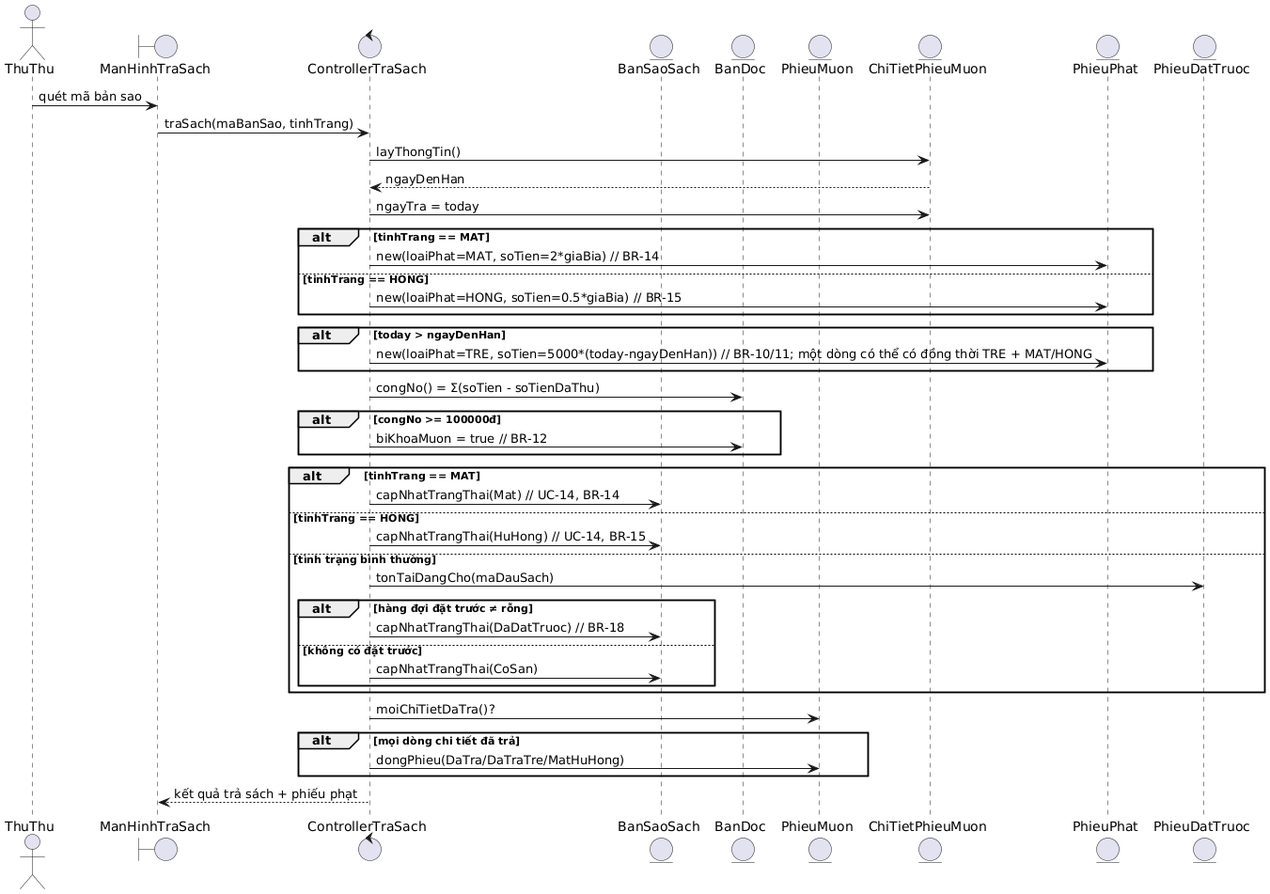
This is docs/04-thiet-ke/bieu-do-tuan-tu/sd-tra-sach.png from mtmtmthehehe/OOAD, a PlantUML export, as it was before one commit.
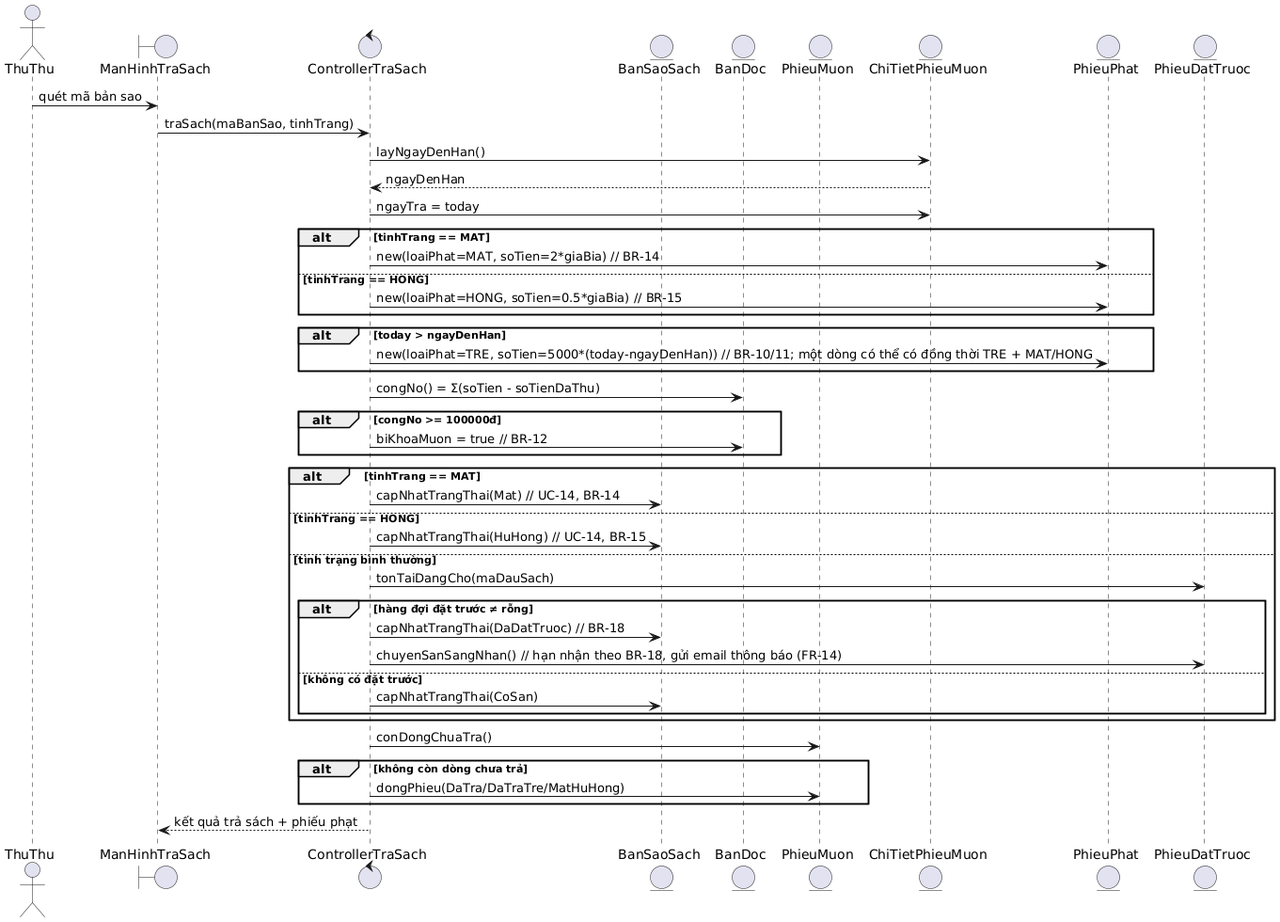
Above is the later version.

The edit, as a diff of the source:
```diff
@@ -11,7 +11,7 @@
 
 ThuThu -> ManHinhTraSach : quét mã bản sao
 ManHinhTraSach -> ControllerTraSach : traSach(maBanSao, tinhTrang)
-ControllerTraSach -> ChiTietPhieuMuon : layThongTin()
+ControllerTraSach -> ChiTietPhieuMuon : layNgayDenHan()
 ChiTietPhieuMuon --> ControllerTraSach : ngayDenHan
 ControllerTraSach -> ChiTietPhieuMuon : ngayTra = today
 
@@ -38,13 +38,14 @@
   ControllerTraSach -> PhieuDatTruoc : tonTaiDangCho(maDauSach)
   alt hàng đợi đặt trước ≠ rỗng
     ControllerTraSach -> BanSaoSach : capNhatTrangThai(DaDatTruoc) // BR-18
+    ControllerTraSach -> PhieuDatTruoc : chuyenSanSangNhan() // hạn nhận theo BR-18, gửi email thông báo (FR-14)
   else không có đặt trước
     ControllerTraSach -> BanSaoSach : capNhatTrangThai(CoSan)
   end
 end
 
-ControllerTraSach -> PhieuMuon : moiChiTietDaTra()?
-alt mọi dòng chi tiết đã trả
+ControllerTraSach -> PhieuMuon : conDongChuaTra()
+alt không còn dòng chưa trả
   ControllerTraSach -> PhieuMuon : dongPhieu(DaTra/DaTraTre/MatHuHong)
 end
 ControllerTraSach --> ManHinhTraSach : kết quả trả sách + phiếu phạt
```
